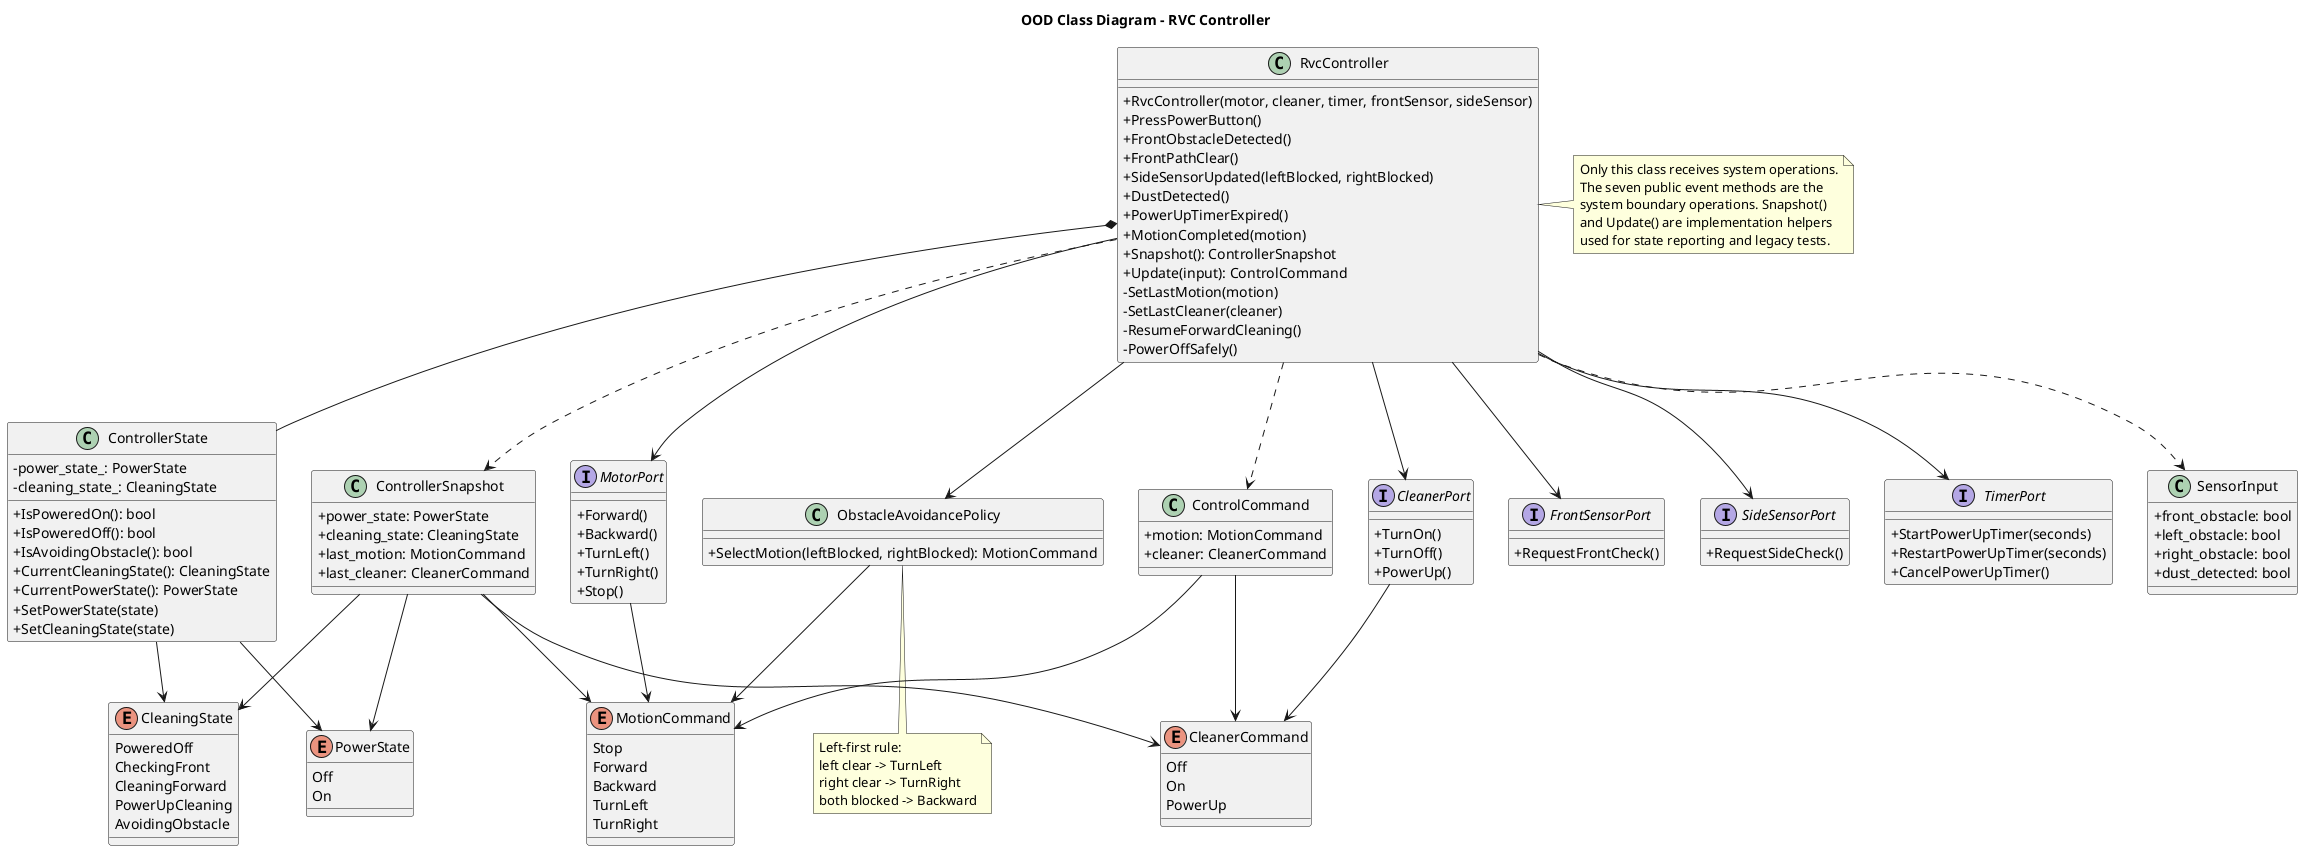
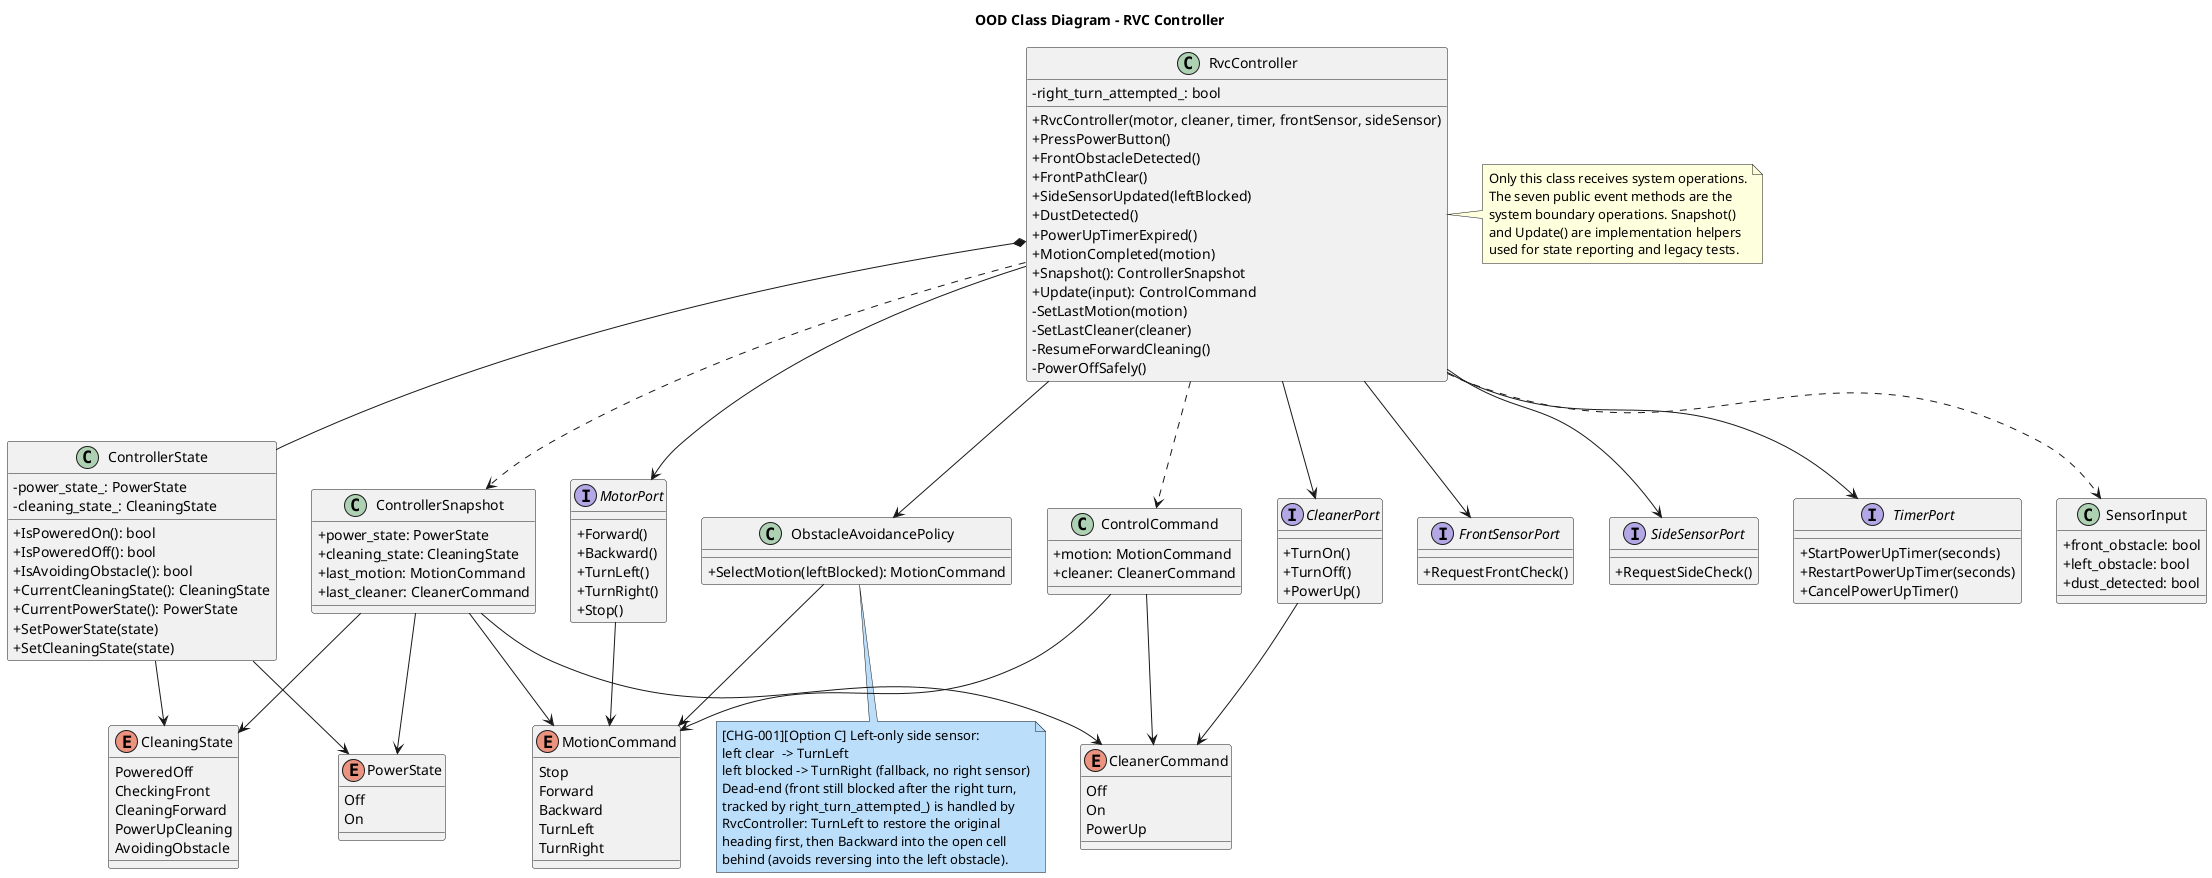
@startuml
title OOD Class Diagram - RVC Controller

skinparam classAttributeIconSize 0

class RvcController {
  +RvcController(motor, cleaner, timer, frontSensor, sideSensor)
  +PressPowerButton()
  +FrontObstacleDetected()
  +FrontPathClear()
-   +SideSensorUpdated(leftBlocked, rightBlocked)
+   +SideSensorUpdated(leftBlocked)
  +DustDetected()
  +PowerUpTimerExpired()
  +MotionCompleted(motion)
  +Snapshot(): ControllerSnapshot
  +Update(input): ControlCommand
  -SetLastMotion(motion)
  -SetLastCleaner(cleaner)
  -ResumeForwardCleaning()
  -PowerOffSafely()
+   -right_turn_attempted_: bool
}

class ControllerState {
  -power_state_: PowerState
  -cleaning_state_: CleaningState
  +IsPoweredOn(): bool
  +IsPoweredOff(): bool
  +IsAvoidingObstacle(): bool
  +CurrentCleaningState(): CleaningState
  +CurrentPowerState(): PowerState
  +SetPowerState(state)
  +SetCleaningState(state)
}

class ObstacleAvoidancePolicy {
-   +SelectMotion(leftBlocked, rightBlocked): MotionCommand
+   +SelectMotion(leftBlocked): MotionCommand
}

interface MotorPort {
  +Forward()
  +Backward()
  +TurnLeft()
  +TurnRight()
  +Stop()
}

interface CleanerPort {
  +TurnOn()
  +TurnOff()
  +PowerUp()
}

interface FrontSensorPort {
  +RequestFrontCheck()
}

interface SideSensorPort {
  +RequestSideCheck()
}

interface TimerPort {
  +StartPowerUpTimer(seconds)
  +RestartPowerUpTimer(seconds)
  +CancelPowerUpTimer()
}

class SensorInput {
  +front_obstacle: bool
  +left_obstacle: bool
-   +right_obstacle: bool
  +dust_detected: bool
}

class ControlCommand {
  +motion: MotionCommand
  +cleaner: CleanerCommand
}

class ControllerSnapshot {
  +power_state: PowerState
  +cleaning_state: CleaningState
  +last_motion: MotionCommand
  +last_cleaner: CleanerCommand
}

enum PowerState {
  Off
  On
}

enum CleaningState {
  PoweredOff
  CheckingFront
  CleaningForward
  PowerUpCleaning
  AvoidingObstacle
}

enum MotionCommand {
  Stop
  Forward
  Backward
  TurnLeft
  TurnRight
}

enum CleanerCommand {
  Off
  On
  PowerUp
}

RvcController *-- ControllerState
RvcController --> ObstacleAvoidancePolicy
RvcController --> MotorPort
RvcController --> CleanerPort
RvcController --> FrontSensorPort
RvcController --> SideSensorPort
RvcController --> TimerPort
RvcController ..> SensorInput
RvcController ..> ControlCommand
RvcController ..> ControllerSnapshot

ControllerState --> PowerState
ControllerState --> CleaningState
ObstacleAvoidancePolicy --> MotionCommand
MotorPort --> MotionCommand
CleanerPort --> CleanerCommand
ControlCommand --> MotionCommand
ControlCommand --> CleanerCommand
ControllerSnapshot --> PowerState
ControllerSnapshot --> CleaningState
ControllerSnapshot --> MotionCommand
ControllerSnapshot --> CleanerCommand

note right of RvcController
Only this class receives system operations.
The seven public event methods are the
system boundary operations. Snapshot()
and Update() are implementation helpers
used for state reporting and legacy tests.
end note

- note bottom of ObstacleAvoidancePolicy
- Left-first rule:
- left clear -> TurnLeft
- right clear -> TurnRight
- both blocked -> Backward
+ note bottom of ObstacleAvoidancePolicy #BBDEFB
+ [CHG-001][Option C] Left-only side sensor:
+ left clear  -> TurnLeft
+ left blocked -> TurnRight (fallback, no right sensor)
+ Dead-end (front still blocked after the right turn,
+ tracked by right_turn_attempted_) is handled by
+ RvcController: TurnLeft to restore the original
+ heading first, then Backward into the open cell
+ behind (avoids reversing into the left obstacle).
end note
@enduml
